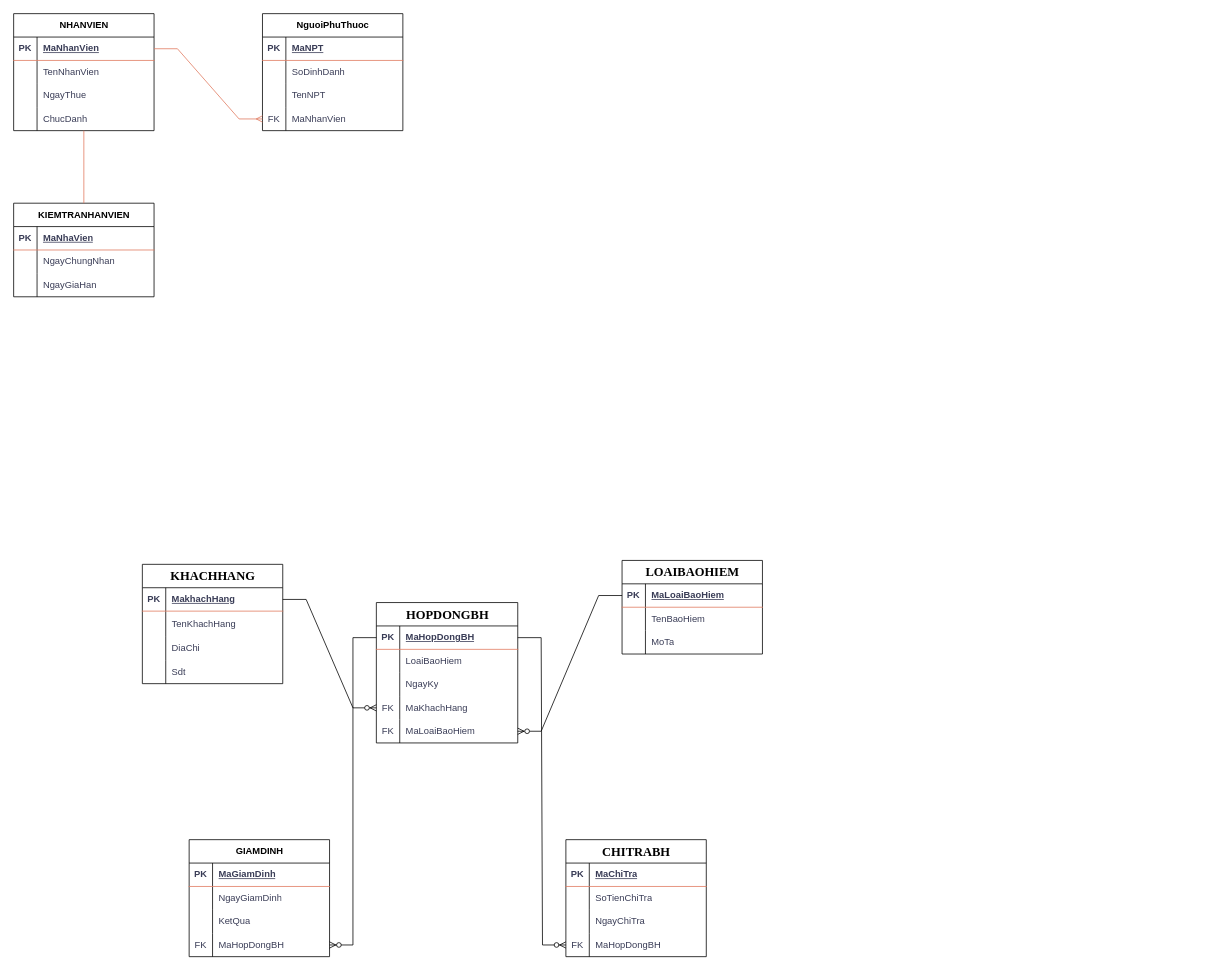
trggkien12/bang keeps this draw.io diagram as page "Trang-1" (1 of 2) of bai 1 - 4.drawio. Above is the earlier version. Source tidied: cells renumbered, new cells numbered last; positions are measured from the earlier drawing's top-left corner, leaving out a move shared by most shapes. Both pictures are drawn from the tidied source at 78%, with x=0, y=0 at pixel (13, 13).
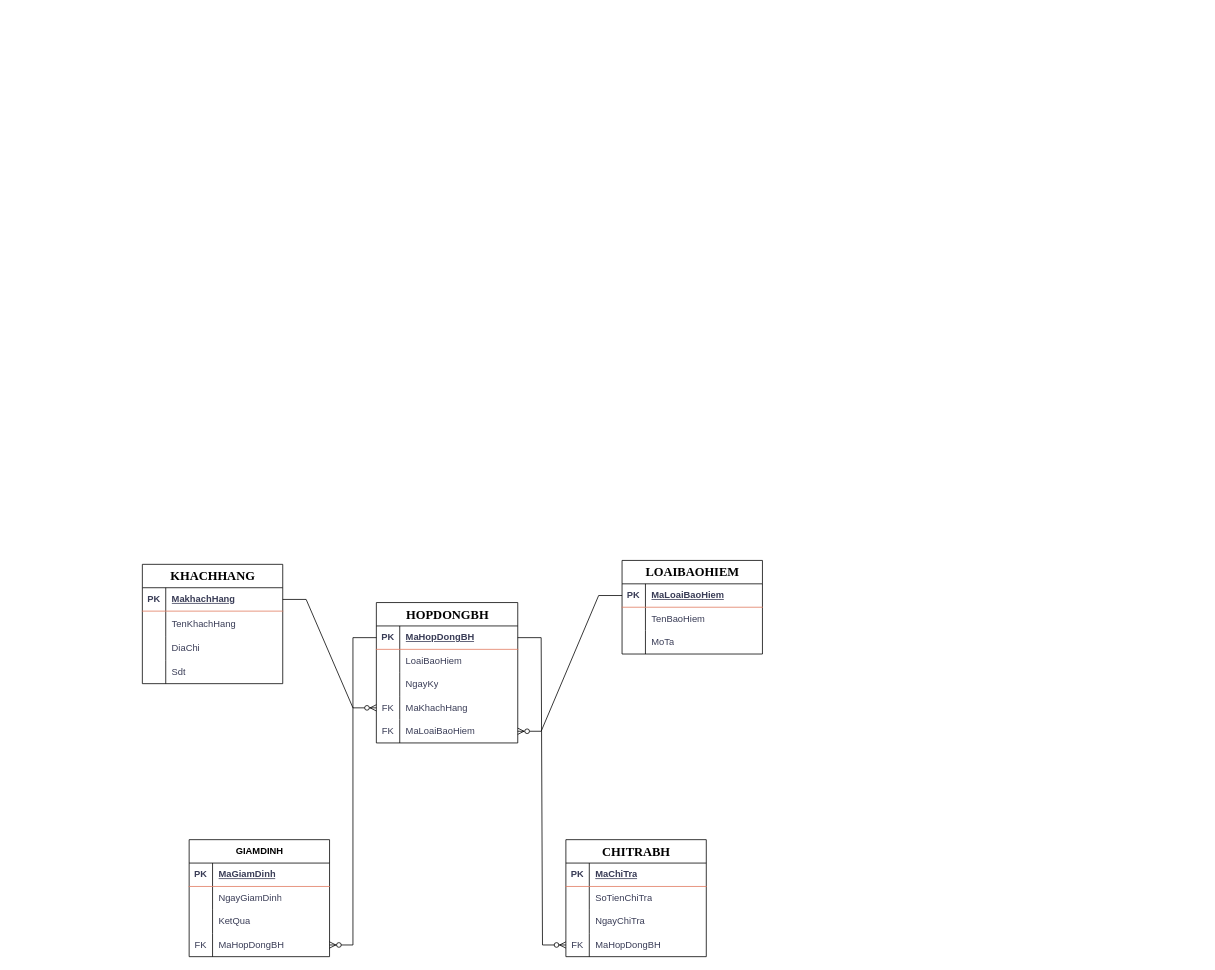
Above is the later version.

Commit message:
hqc co so du lieu

Change to the diagram source:
```diff
@@
-    <mxCell id="3" value="NHANVIEN" style="shape=table;startSize=30;childLayout=tableLayout;rowLines=0;fontStyle=1;align=center;html=1;labelBackgroundColor=none;" parent="1" vertex="1">
-      <mxGeometry width="180" height="150" as="geometry" />
-    </mxCell>
-    <mxCell id="4" style="shape=tableRow;horizontal=0;startSize=0;swimlaneHead=0;swimlaneBody=0;fillColor=none;points=[[0,0.5],[1,0.5]];portConstraint=eastwest;top=0;left=0;right=0;bottom=1;labelBackgroundColor=none;strokeColor=#E07A5F;fontColor=#393C56;" parent="3" vertex="1">
-      <mxGeometry y="30" width="180" height="30" as="geometry" />
-    </mxCell>
-    <mxCell id="5" value="PK" style="shape=partialRectangle;fillColor=none;top=0;left=0;bottom=0;right=0;fontStyle=1;overflow=hidden;whiteSpace=wrap;html=1;labelBackgroundColor=none;strokeColor=#E07A5F;fontColor=#393C56;" parent="4" vertex="1">
-      <mxGeometry width="30" height="30" as="geometry" />
-    </mxCell>
-    <mxCell id="6" value="MaNhanVien" style="shape=partialRectangle;fillColor=none;top=0;left=0;bottom=0;right=0;align=left;spacingLeft=6;fontStyle=5;overflow=hidden;whiteSpace=wrap;html=1;labelBackgroundColor=none;strokeColor=#E07A5F;fontColor=#393C56;" parent="4" vertex="1">
-      <mxGeometry x="30" width="150" height="30" as="geometry" />
-    </mxCell>
-    <mxCell id="7" style="shape=tableRow;horizontal=0;startSize=0;swimlaneHead=0;swimlaneBody=0;fillColor=none;top=0;left=0;right=0;bottom=0;labelBackgroundColor=none;strokeColor=#E07A5F;fontColor=#393C56;" parent="3" vertex="1">
-      <mxGeometry y="60" width="180" height="30" as="geometry" />
-    </mxCell>
-    <mxCell id="8" style="shape=partialRectangle;fillColor=none;top=0;left=0;bottom=0;right=0;overflow=hidden;whiteSpace=wrap;html=1;labelBackgroundColor=none;strokeColor=#E07A5F;fontColor=#393C56;" parent="7" vertex="1">
-      <mxGeometry width="30" height="30" as="geometry" />
-    </mxCell>
-    <mxCell id="9" value="TenNhanVien" style="shape=partialRectangle;fillColor=none;top=0;left=0;bottom=0;right=0;align=left;spacingLeft=6;overflow=hidden;whiteSpace=wrap;html=1;labelBackgroundColor=none;strokeColor=#E07A5F;fontColor=#393C56;" parent="7" vertex="1">
-      <mxGeometry x="30" width="150" height="30" as="geometry" />
-    </mxCell>
-    <mxCell id="10" style="shape=tableRow;horizontal=0;startSize=0;swimlaneHead=0;swimlaneBody=0;fillColor=none;top=0;left=0;right=0;bottom=0;labelBackgroundColor=none;strokeColor=#E07A5F;fontColor=#393C56;" parent="3" vertex="1">
-      <mxGeometry y="90" width="180" height="30" as="geometry" />
-    </mxCell>
-    <mxCell id="11" style="shape=partialRectangle;fillColor=none;top=0;left=0;bottom=0;right=0;overflow=hidden;whiteSpace=wrap;html=1;labelBackgroundColor=none;strokeColor=#E07A5F;fontColor=#393C56;" parent="10" vertex="1">
-      <mxGeometry width="30" height="30" as="geometry" />
-    </mxCell>
-    <mxCell id="12" value="NgayThue" style="shape=partialRectangle;fillColor=none;top=0;left=0;bottom=0;right=0;align=left;spacingLeft=6;overflow=hidden;whiteSpace=wrap;html=1;labelBackgroundColor=none;strokeColor=#E07A5F;fontColor=#393C56;" parent="10" vertex="1">
-      <mxGeometry x="30" width="150" height="30" as="geometry" />
-    </mxCell>
-    <mxCell id="13" style="shape=tableRow;horizontal=0;startSize=0;swimlaneHead=0;swimlaneBody=0;fillColor=none;points=[[0,0.5],[1,0.5]];portConstraint=eastwest;top=0;left=0;right=0;bottom=0;labelBackgroundColor=none;strokeColor=#E07A5F;fontColor=#393C56;" parent="3" vertex="1">
-      <mxGeometry y="120" width="180" height="30" as="geometry" />
-    </mxCell>
-    <mxCell id="14" style="shape=partialRectangle;fillColor=none;top=0;left=0;bottom=0;right=0;overflow=hidden;whiteSpace=wrap;html=1;labelBackgroundColor=none;strokeColor=#E07A5F;fontColor=#393C56;" parent="13" vertex="1">
-      <mxGeometry width="30" height="30" as="geometry" />
-    </mxCell>
-    <mxCell id="15" value="ChucDanh" style="shape=partialRectangle;fillColor=none;top=0;left=0;bottom=0;right=0;align=left;spacingLeft=6;overflow=hidden;whiteSpace=wrap;html=1;labelBackgroundColor=none;strokeColor=#E07A5F;fontColor=#393C56;" parent="13" vertex="1">
-      <mxGeometry x="30" width="150" height="30" as="geometry" />
-    </mxCell>
-    <mxCell id="16" value="KIEMTRANHANVIEN" style="shape=table;startSize=30;childLayout=tableLayout;rowLines=0;fontStyle=1;align=center;html=1;labelBackgroundColor=none;" parent="1" vertex="1">
-      <mxGeometry y="243" width="180" height="120" as="geometry" />
-    </mxCell>
-    <mxCell id="17" style="shape=tableRow;horizontal=0;startSize=0;swimlaneHead=0;swimlaneBody=0;fillColor=none;top=0;left=0;right=0;bottom=1;labelBackgroundColor=none;strokeColor=#E07A5F;fontColor=#393C56;" parent="16" vertex="1">
-      <mxGeometry y="30" width="180" height="30" as="geometry" />
-    </mxCell>
-    <mxCell id="18" value="PK" style="shape=partialRectangle;fillColor=none;top=0;left=0;bottom=0;right=0;fontStyle=1;overflow=hidden;whiteSpace=wrap;html=1;labelBackgroundColor=none;strokeColor=#E07A5F;fontColor=#393C56;" parent="17" vertex="1">
-      <mxGeometry width="30" height="30" as="geometry" />
-    </mxCell>
-    <mxCell id="19" value="MaNhaVien" style="shape=partialRectangle;fillColor=none;top=0;left=0;bottom=0;right=0;align=left;spacingLeft=6;fontStyle=5;overflow=hidden;whiteSpace=wrap;html=1;labelBackgroundColor=none;strokeColor=#E07A5F;fontColor=#393C56;" parent="17" vertex="1">
-      <mxGeometry x="30" width="150" height="30" as="geometry" />
-    </mxCell>
-    <mxCell id="20" style="shape=tableRow;horizontal=0;startSize=0;swimlaneHead=0;swimlaneBody=0;fillColor=none;top=0;left=0;right=0;bottom=0;labelBackgroundColor=none;strokeColor=#E07A5F;fontColor=#393C56;" parent="16" vertex="1">
-      <mxGeometry y="60" width="180" height="30" as="geometry" />
-    </mxCell>
-    <mxCell id="21" style="shape=partialRectangle;fillColor=none;top=0;left=0;bottom=0;right=0;overflow=hidden;whiteSpace=wrap;html=1;labelBackgroundColor=none;strokeColor=#E07A5F;fontColor=#393C56;" parent="20" vertex="1">
-      <mxGeometry width="30" height="30" as="geometry" />
-    </mxCell>
-    <mxCell id="22" value="NgayChungNhan" style="shape=partialRectangle;fillColor=none;top=0;left=0;bottom=0;right=0;align=left;spacingLeft=6;overflow=hidden;whiteSpace=wrap;html=1;labelBackgroundColor=none;strokeColor=#E07A5F;fontColor=#393C56;" parent="20" vertex="1">
-      <mxGeometry x="30" width="150" height="30" as="geometry" />
-    </mxCell>
-    <mxCell id="23" style="shape=tableRow;horizontal=0;startSize=0;swimlaneHead=0;swimlaneBody=0;fillColor=none;top=0;left=0;right=0;bottom=0;labelBackgroundColor=none;strokeColor=#E07A5F;fontColor=#393C56;" parent="16" vertex="1">
-      <mxGeometry y="90" width="180" height="30" as="geometry" />
-    </mxCell>
-    <mxCell id="24" style="shape=partialRectangle;fillColor=none;top=0;left=0;bottom=0;right=0;overflow=hidden;whiteSpace=wrap;html=1;labelBackgroundColor=none;strokeColor=#E07A5F;fontColor=#393C56;" parent="23" vertex="1">
-      <mxGeometry width="30" height="30" as="geometry" />
-    </mxCell>
-    <mxCell id="25" value="NgayGiaHan" style="shape=partialRectangle;fillColor=none;top=0;left=0;bottom=0;right=0;align=left;spacingLeft=6;overflow=hidden;whiteSpace=wrap;html=1;labelBackgroundColor=none;strokeColor=#E07A5F;fontColor=#393C56;" parent="23" vertex="1">
-      <mxGeometry x="30" width="150" height="30" as="geometry" />
-    </mxCell>
-    <mxCell id="26" style="endArrow=none;html=1;rounded=0;labelBackgroundColor=none;strokeColor=#E07A5F;fontColor=default;" parent="1" edge="1" source="13" target="16">
-      <mxGeometry relative="1" as="geometry" />
-    </mxCell>
-    <mxCell id="27" value="NguoiPhuThuoc" style="shape=table;startSize=30;childLayout=tableLayout;rowLines=0;fontStyle=1;align=center;html=1;labelBackgroundColor=none;" parent="1" vertex="1">
-      <mxGeometry x="319" width="180" height="150" as="geometry" />
-    </mxCell>
-    <mxCell id="28" style="shape=tableRow;horizontal=0;startSize=0;swimlaneHead=0;swimlaneBody=0;fillColor=none;top=0;left=0;right=0;bottom=1;labelBackgroundColor=none;strokeColor=#E07A5F;fontColor=#393C56;" parent="27" vertex="1">
-      <mxGeometry y="30" width="180" height="30" as="geometry" />
-    </mxCell>
-    <mxCell id="29" value="PK" style="shape=partialRectangle;fillColor=none;top=0;left=0;bottom=0;right=0;fontStyle=1;overflow=hidden;whiteSpace=wrap;html=1;labelBackgroundColor=none;strokeColor=#E07A5F;fontColor=#393C56;" parent="28" vertex="1">
-      <mxGeometry width="30" height="30" as="geometry" />
-    </mxCell>
-    <mxCell id="30" value="MaNPT" style="shape=partialRectangle;fillColor=none;top=0;left=0;bottom=0;right=0;align=left;spacingLeft=6;fontStyle=5;overflow=hidden;whiteSpace=wrap;html=1;labelBackgroundColor=none;strokeColor=#E07A5F;fontColor=#393C56;" parent="28" vertex="1">
-      <mxGeometry x="30" width="150" height="30" as="geometry" />
-    </mxCell>
-    <mxCell id="31" style="shape=tableRow;horizontal=0;startSize=0;swimlaneHead=0;swimlaneBody=0;fillColor=none;top=0;left=0;right=0;bottom=0;labelBackgroundColor=none;strokeColor=#E07A5F;fontColor=#393C56;" parent="27" vertex="1">
-      <mxGeometry y="60" width="180" height="30" as="geometry" />
-    </mxCell>
-    <mxCell id="32" style="shape=partialRectangle;fillColor=none;top=0;left=0;bottom=0;right=0;overflow=hidden;whiteSpace=wrap;html=1;labelBackgroundColor=none;strokeColor=#E07A5F;fontColor=#393C56;" parent="31" vertex="1">
-      <mxGeometry width="30" height="30" as="geometry" />
-    </mxCell>
-    <mxCell id="33" value="SoDinhDanh" style="shape=partialRectangle;fillColor=none;top=0;left=0;bottom=0;right=0;align=left;spacingLeft=6;overflow=hidden;whiteSpace=wrap;html=1;labelBackgroundColor=none;strokeColor=#E07A5F;fontColor=#393C56;" parent="31" vertex="1">
-      <mxGeometry x="30" width="150" height="30" as="geometry" />
-    </mxCell>
-    <mxCell id="34" style="shape=tableRow;horizontal=0;startSize=0;swimlaneHead=0;swimlaneBody=0;fillColor=none;top=0;left=0;right=0;bottom=0;labelBackgroundColor=none;strokeColor=#E07A5F;fontColor=#393C56;" parent="27" vertex="1">
-      <mxGeometry y="90" width="180" height="30" as="geometry" />
-    </mxCell>
-    <mxCell id="35" style="shape=partialRectangle;fillColor=none;top=0;left=0;bottom=0;right=0;overflow=hidden;whiteSpace=wrap;html=1;labelBackgroundColor=none;strokeColor=#E07A5F;fontColor=#393C56;" parent="34" vertex="1">
-      <mxGeometry width="30" height="30" as="geometry" />
-    </mxCell>
-    <mxCell id="36" value="TenNPT" style="shape=partialRectangle;fillColor=none;top=0;left=0;bottom=0;right=0;align=left;spacingLeft=6;overflow=hidden;whiteSpace=wrap;html=1;labelBackgroundColor=none;strokeColor=#E07A5F;fontColor=#393C56;" parent="34" vertex="1">
-      <mxGeometry x="30" width="150" height="30" as="geometry" />
-    </mxCell>
-    <mxCell id="37" style="shape=tableRow;horizontal=0;startSize=0;swimlaneHead=0;swimlaneBody=0;fillColor=none;points=[[0,0.5],[1,0.5]];portConstraint=eastwest;top=0;left=0;right=0;bottom=0;labelBackgroundColor=none;strokeColor=#E07A5F;fontColor=#393C56;" parent="27" vertex="1">
-      <mxGeometry y="120" width="180" height="30" as="geometry" />
-    </mxCell>
-    <mxCell id="38" value="FK" style="shape=partialRectangle;fillColor=none;top=0;left=0;bottom=0;right=0;overflow=hidden;whiteSpace=wrap;html=1;labelBackgroundColor=none;strokeColor=#E07A5F;fontColor=#393C56;" parent="37" vertex="1">
-      <mxGeometry width="30" height="30" as="geometry" />
-    </mxCell>
-    <mxCell id="39" value="MaNhanVien" style="shape=partialRectangle;fillColor=none;top=0;left=0;bottom=0;right=0;align=left;spacingLeft=6;overflow=hidden;whiteSpace=wrap;html=1;labelBackgroundColor=none;strokeColor=#E07A5F;fontColor=#393C56;" parent="37" vertex="1">
-      <mxGeometry x="30" width="150" height="30" as="geometry" />
-    </mxCell>
-    <mxCell id="40" style="edgeStyle=entityRelationEdgeStyle;fontSize=12;html=1;endArrow=ERmany;rounded=0;labelBackgroundColor=none;strokeColor=#E07A5F;fontColor=default;" parent="1" edge="1" source="4" target="37">
-      <mxGeometry relative="1" as="geometry" />
-    </mxCell>
```
